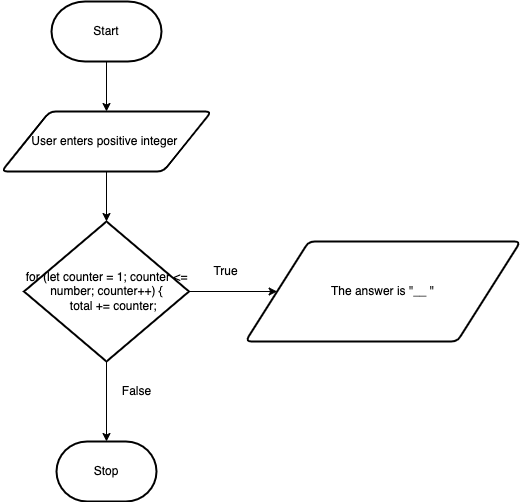
Before: design/flowchart.png, a diagram exported from draw.io (joannesanthosh/ICS20-Unit5-07-HTML). Source tidied: cells renumbered, new cells last; positions are measured from the earlier drawing's top-left corner, leaving out a move shared by most shapes.
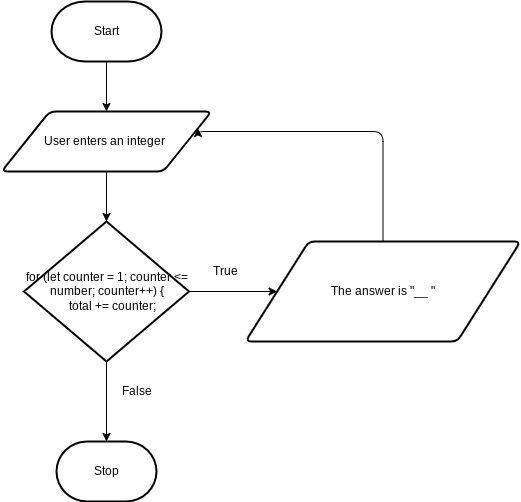
Later version of the same file.

Change to the diagram source:
```diff
@@ -11,9 +11,17 @@
     <mxCell id="4" style="edgeStyle=none;html=1;exitX=0.5;exitY=1;exitDx=0;exitDy=0;" parent="1" edge="1" source="5" target="10">
       <mxGeometry relative="1" as="geometry" />
     </mxCell>
-    <mxCell id="5" value="User enters positive integer&amp;nbsp;" style="shape=parallelogram;html=1;strokeWidth=2;perimeter=parallelogramPerimeter;whiteSpace=wrap;rounded=1;arcSize=12;size=0.23;" parent="1" vertex="1">
+    <mxCell id="5" value="User enters an integer&amp;nbsp;" style="shape=parallelogram;html=1;strokeWidth=2;perimeter=parallelogramPerimeter;whiteSpace=wrap;rounded=1;arcSize=12;size=0.23;" parent="1" vertex="1">
       <mxGeometry y="110" width="210" height="60" as="geometry" />
     </mxCell>
+    <mxCell id="13" style="edgeStyle=orthogonalEdgeStyle;html=1;exitX=0.5;exitY=0;exitDx=0;exitDy=0;entryX=1;entryY=0.25;entryDx=0;entryDy=0;" parent="1" edge="1" source="6" target="5">
+      <mxGeometry relative="1" as="geometry">
+        <Array as="points">
+          <mxPoint x="382" y="130" />
+          <mxPoint x="196" y="130" />
+        </Array>
+      </mxGeometry>
+    </mxCell>
     <mxCell id="6" value="The answer is &quot;__ &quot;" style="shape=parallelogram;html=1;strokeWidth=2;perimeter=parallelogramPerimeter;whiteSpace=wrap;rounded=1;arcSize=12;size=0.23;" parent="1" vertex="1">
       <mxGeometry x="244" y="240" width="275" height="100" as="geometry" />
     </mxCell>
```
